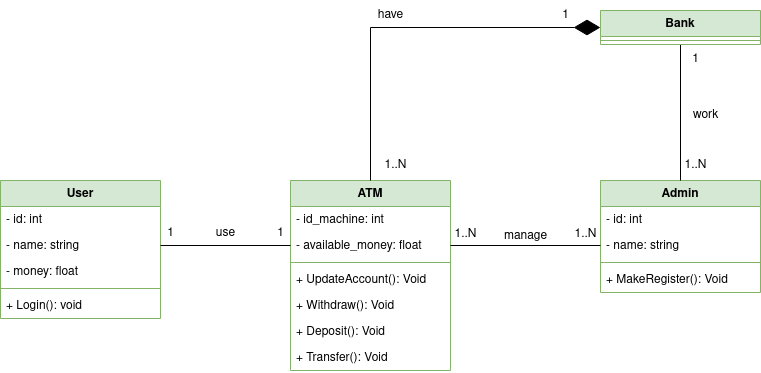
Before: diagramas_clase/cajero-atm/diagrama-clase-cajero-atm.drawio.png, a diagram exported from draw.io (JesusLugo2002/ETS). Source tidied: cells renumbered, new cells last; positions are measured from the earlier drawing's top-left corner, leaving out a move shared by most shapes.
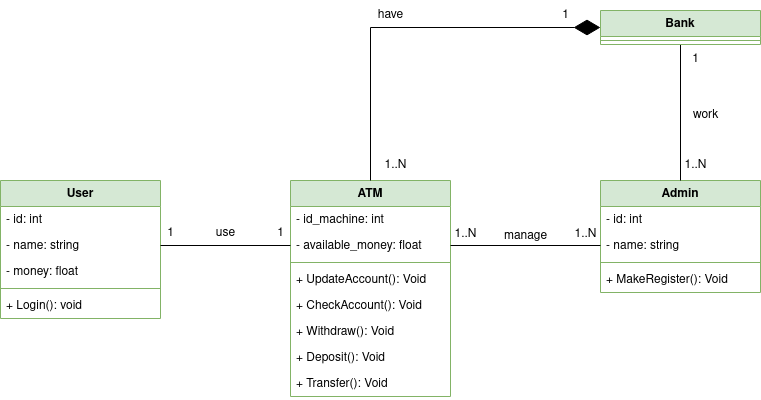
After the commit.

Diff of the diagram source:
```diff
@@ -21,7 +21,7 @@
       <mxGeometry y="112" width="160" height="26" as="geometry" />
     </mxCell>
     <mxCell id="8" value="&lt;div&gt;ATM&lt;/div&gt;" style="swimlane;fontStyle=1;align=center;verticalAlign=top;horizontal=1;startSize=26;whiteSpace=wrap;html=1;fillColor=#d5e8d4;strokeColor=#82b366;" parent="1" vertex="1">
-      <mxGeometry x="290" y="180" width="160" height="190" as="geometry" />
+      <mxGeometry x="290" y="180" width="160" height="216" as="geometry" />
     </mxCell>
     <mxCell id="9" value="- id_machine: int" style="text;strokeColor=none;fillColor=none;align=left;verticalAlign=top;spacingLeft=4;spacingRight=4;overflow=hidden;whiteSpace=wrap;html=1;" parent="8" vertex="1">
       <mxGeometry y="26" width="160" height="26" as="geometry" />
@@ -35,14 +35,17 @@
     <mxCell id="12" value="+ UpdateAccount(): Void" style="text;strokeColor=none;fillColor=none;align=left;verticalAlign=top;spacingLeft=4;spacingRight=4;overflow=hidden;whiteSpace=wrap;html=1;" parent="8" vertex="1">
       <mxGeometry y="86" width="160" height="26" as="geometry" />
     </mxCell>
+    <mxCell id="39" value="+ CheckAccount(): Void" style="text;strokeColor=none;fillColor=none;align=left;verticalAlign=top;spacingLeft=4;spacingRight=4;overflow=hidden;whiteSpace=wrap;html=1;" parent="8" vertex="1">
+      <mxGeometry y="112" width="160" height="26" as="geometry" />
+    </mxCell>
     <mxCell id="13" value="+ Withdraw(): Void" style="text;strokeColor=none;fillColor=none;align=left;verticalAlign=top;spacingLeft=4;spacingRight=4;overflow=hidden;whiteSpace=wrap;html=1;" parent="8" vertex="1">
-      <mxGeometry y="112" width="160" height="26" as="geometry" />
+      <mxGeometry y="138" width="160" height="26" as="geometry" />
     </mxCell>
     <mxCell id="14" value="+ Deposit(): Void" style="text;strokeColor=none;fillColor=none;align=left;verticalAlign=top;spacingLeft=4;spacingRight=4;overflow=hidden;whiteSpace=wrap;html=1;" parent="8" vertex="1">
-      <mxGeometry y="138" width="160" height="26" as="geometry" />
+      <mxGeometry y="164" width="160" height="26" as="geometry" />
     </mxCell>
     <mxCell id="15" value="+ Transfer(): Void" style="text;strokeColor=none;fillColor=none;align=left;verticalAlign=top;spacingLeft=4;spacingRight=4;overflow=hidden;whiteSpace=wrap;html=1;" parent="8" vertex="1">
-      <mxGeometry y="164" width="160" height="26" as="geometry" />
+      <mxGeometry y="190" width="160" height="26" as="geometry" />
     </mxCell>
     <mxCell id="16" value="&lt;div&gt;Admin&lt;/div&gt;" style="swimlane;fontStyle=1;align=center;verticalAlign=top;horizontal=1;startSize=26;whiteSpace=wrap;html=1;fillColor=#d5e8d4;strokeColor=#82b366;" parent="1" vertex="1">
       <mxGeometry x="600" y="180" width="160" height="112" as="geometry" />
```
